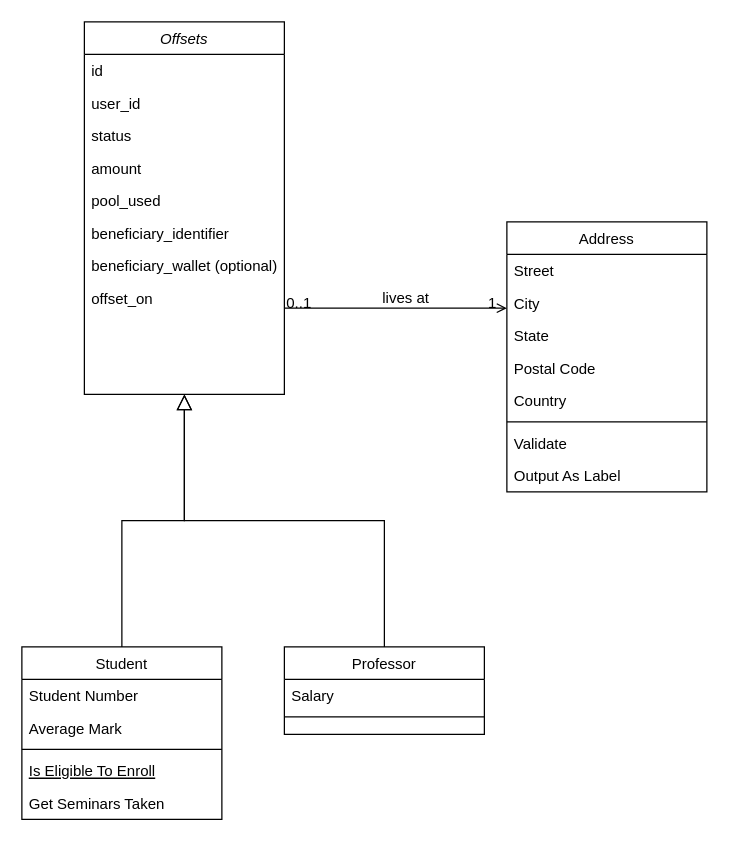
lazaralex98/lazaralex98 keeps this draw.io diagram as Untitled Diagram.drawio. Above is the earlier version. Source tidied: cells renumbered, new cells numbered last; positions are measured from the earlier drawing's top-left corner, leaving out a move shared by most shapes. Both pictures are drawn from the tidied source at 125%, with x=0, y=0 at pixel (21, 21).
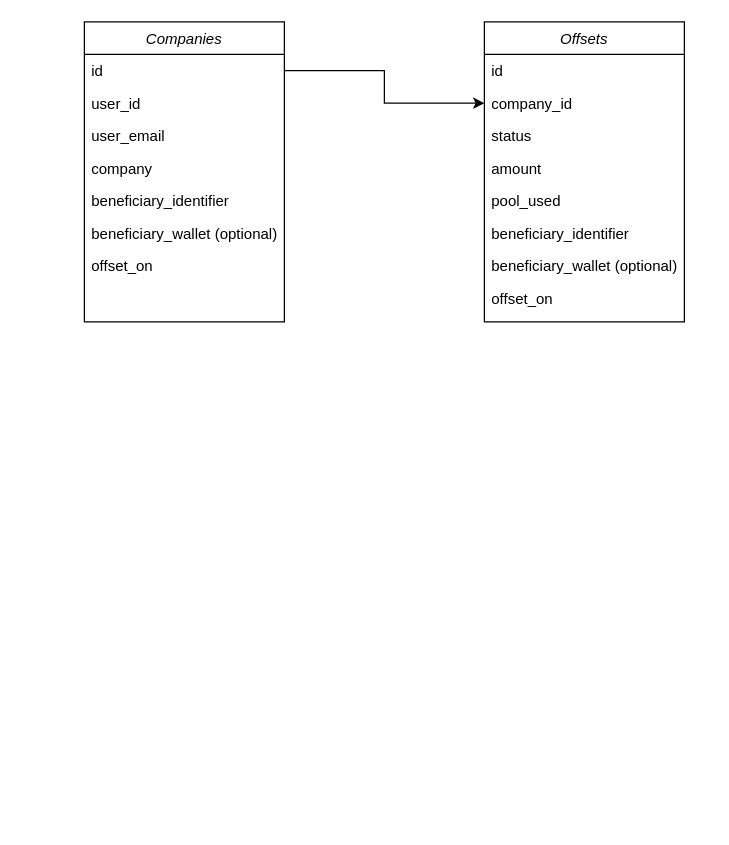
Above is the later version.

Commit message (it also covers changes not shown here):
Offset API Data Model

Unchanged cells that the change refers to:
```xml
<mxCell id="3" value="id" style="text;align=left;verticalAlign=top;spacingLeft=4;spacingRight=4;overflow=hidden;points=[[0,0.5],[1,0.5]];portConstraint=eastwest;" parent="2" vertex="1">
  <mxGeometry y="26" width="160" height="26" as="geometry" />
</mxCell>
```

The edit, as a diff of the source:
```diff
@@
-    <mxCell id="2" value="Offsets" style="swimlane;fontStyle=2;align=center;verticalAlign=top;horizontal=1;startSize=26;rounded=0;shadow=0;strokeWidth=1;" parent="1" vertex="1">
-      <mxGeometry x="50" width="160" height="298" as="geometry" />
+    <mxCell id="2" value="Companies" style="swimlane;fontStyle=2;align=center;verticalAlign=top;horizontal=1;startSize=26;rounded=0;shadow=0;strokeWidth=1;" parent="1" vertex="1">
+      <mxGeometry x="50" width="160" height="240" as="geometry" />
     </mxCell>
@@
-    <mxCell id="4" value="user_id" style="text;align=left;verticalAlign=top;spacingLeft=4;spacingRight=4;overflow=hidden;rounded=0;shadow=0;html=0;" parent="2" vertex="1">
-      <mxGeometry y="52" width="160" height="26" as="geometry" />
-    </mxCell>
-    <mxCell id="5" value="status" style="text;align=left;verticalAlign=top;spacingLeft=4;spacingRight=4;overflow=hidden;rounded=0;shadow=0;html=0;" parent="2" vertex="1">
-      <mxGeometry y="78" width="160" height="26" as="geometry" />
+    <mxCell id="5" value="user_id" style="text;align=left;verticalAlign=top;spacingLeft=4;spacingRight=4;overflow=hidden;rounded=0;shadow=0;html=0;" parent="2" vertex="1">
+      <mxGeometry y="52" width="160" height="26" as="geometry" />
     </mxCell>
-    <mxCell id="6" value="amount" style="text;align=left;verticalAlign=top;spacingLeft=4;spacingRight=4;overflow=hidden;rounded=0;shadow=0;html=0;" parent="2" vertex="1">
-      <mxGeometry y="104" width="160" height="26" as="geometry" />
+    <mxCell id="6" value="user_email" style="text;align=left;verticalAlign=top;spacingLeft=4;spacingRight=4;overflow=hidden;rounded=0;shadow=0;html=0;" parent="2" vertex="1">
+      <mxGeometry y="78" width="160" height="26" as="geometry" />
     </mxCell>
-    <mxCell id="7" value="pool_used" style="text;align=left;verticalAlign=top;spacingLeft=4;spacingRight=4;overflow=hidden;rounded=0;shadow=0;html=0;" parent="2" vertex="1">
-      <mxGeometry y="130" width="160" height="26" as="geometry" />
+    <mxCell id="7" value="company" style="text;align=left;verticalAlign=top;spacingLeft=4;spacingRight=4;overflow=hidden;rounded=0;shadow=0;html=0;" parent="2" vertex="1">
+      <mxGeometry y="104" width="160" height="26" as="geometry" />
     </mxCell>
     <mxCell id="8" value="beneficiary_identifier" style="text;align=left;verticalAlign=top;spacingLeft=4;spacingRight=4;overflow=hidden;rounded=0;shadow=0;html=0;" parent="2" vertex="1">
-      <mxGeometry y="156" width="160" height="26" as="geometry" />
+      <mxGeometry y="130" width="160" height="26" as="geometry" />
     </mxCell>
     <mxCell id="9" value="beneficiary_wallet (optional)" style="text;align=left;verticalAlign=top;spacingLeft=4;spacingRight=4;overflow=hidden;rounded=0;shadow=0;html=0;" parent="2" vertex="1">
-      <mxGeometry y="182" width="160" height="26" as="geometry" />
+      <mxGeometry y="156" width="160" height="26" as="geometry" />
     </mxCell>
     <mxCell id="10" value="offset_on" style="text;align=left;verticalAlign=top;spacingLeft=4;spacingRight=4;overflow=hidden;rounded=0;shadow=0;html=0;" parent="2" vertex="1">
-      <mxGeometry y="208" width="160" height="26" as="geometry" />
+      <mxGeometry y="182" width="160" height="26" as="geometry" />
     </mxCell>
-    <mxCell id="11" value="Student" style="swimlane;fontStyle=0;align=center;verticalAlign=top;horizontal=1;startSize=26;rounded=0;shadow=0;strokeWidth=1;" parent="1" vertex="1">
-      <mxGeometry y="500" width="160" height="138" as="geometry" />
-    </mxCell>
-    <mxCell id="12" value="Student Number" style="text;align=left;verticalAlign=top;spacingLeft=4;spacingRight=4;overflow=hidden;" parent="11" vertex="1">
-      <mxGeometry y="26" width="160" height="26" as="geometry" />
-    </mxCell>
-    <mxCell id="13" value="Average Mark" style="text;align=left;verticalAlign=top;spacingLeft=4;spacingRight=4;overflow=hidden;rounded=0;shadow=0;html=0;" parent="11" vertex="1">
-      <mxGeometry y="52" width="160" height="26" as="geometry" />
-    </mxCell>
-    <mxCell id="14" style="line;html=1;strokeWidth=1;align=left;verticalAlign=middle;spacingTop=-1;spacingLeft=3;spacingRight=3;labelPosition=right;" parent="11" vertex="1">
-      <mxGeometry y="78" width="160" height="8" as="geometry" />
-    </mxCell>
-    <mxCell id="15" value="Is Eligible To Enroll" style="text;align=left;verticalAlign=top;spacingLeft=4;spacingRight=4;overflow=hidden;fontStyle=4;" parent="11" vertex="1">
-      <mxGeometry y="86" width="160" height="26" as="geometry" />
-    </mxCell>
-    <mxCell id="16" value="Get Seminars Taken" style="text;align=left;verticalAlign=top;spacingLeft=4;spacingRight=4;overflow=hidden;" parent="11" vertex="1">
-      <mxGeometry y="112" width="160" height="26" as="geometry" />
-    </mxCell>
-    <mxCell id="17" style="endArrow=block;endSize=10;endFill=0;shadow=0;strokeWidth=1;rounded=0;edgeStyle=elbowEdgeStyle;elbow=vertical;" parent="1" edge="1" source="11" target="2">
-      <mxGeometry relative="1" as="geometry" />
-    </mxCell>
-    <mxCell id="18" value="Professor" style="swimlane;fontStyle=0;align=center;verticalAlign=top;horizontal=1;startSize=26;rounded=0;shadow=0;strokeWidth=1;" parent="1" vertex="1">
-      <mxGeometry x="210" y="500" width="160" height="70" as="geometry" />
-    </mxCell>
-    <mxCell id="19" value="Salary" style="text;align=left;verticalAlign=top;spacingLeft=4;spacingRight=4;overflow=hidden;" parent="18" vertex="1">
-      <mxGeometry y="26" width="160" height="26" as="geometry" />
-    </mxCell>
-    <mxCell id="20" style="line;html=1;strokeWidth=1;align=left;verticalAlign=middle;spacingTop=-1;spacingLeft=3;spacingRight=3;labelPosition=right;" parent="18" vertex="1">
-      <mxGeometry y="52" width="160" height="8" as="geometry" />
-    </mxCell>
-    <mxCell id="21" style="endArrow=block;endSize=10;endFill=0;shadow=0;strokeWidth=1;rounded=0;edgeStyle=elbowEdgeStyle;elbow=vertical;" parent="1" edge="1" source="18" target="2">
-      <mxGeometry relative="1" as="geometry" />
-    </mxCell>
-    <mxCell id="22" value="Address" style="swimlane;fontStyle=0;align=center;verticalAlign=top;horizontal=1;startSize=26;rounded=0;shadow=0;strokeWidth=1;" parent="1" vertex="1">
-      <mxGeometry x="388" y="160" width="160" height="216" as="geometry" />
-    </mxCell>
-    <mxCell id="23" value="Street" style="text;align=left;verticalAlign=top;spacingLeft=4;spacingRight=4;overflow=hidden;" parent="22" vertex="1">
-      <mxGeometry y="26" width="160" height="26" as="geometry" />
-    </mxCell>
-    <mxCell id="24" value="City" style="text;align=left;verticalAlign=top;spacingLeft=4;spacingRight=4;overflow=hidden;rounded=0;shadow=0;html=0;" parent="22" vertex="1">
-      <mxGeometry y="52" width="160" height="26" as="geometry" />
-    </mxCell>
-    <mxCell id="25" value="State" style="text;align=left;verticalAlign=top;spacingLeft=4;spacingRight=4;overflow=hidden;rounded=0;shadow=0;html=0;" parent="22" vertex="1">
-      <mxGeometry y="78" width="160" height="26" as="geometry" />
-    </mxCell>
-    <mxCell id="26" value="Postal Code" style="text;align=left;verticalAlign=top;spacingLeft=4;spacingRight=4;overflow=hidden;rounded=0;shadow=0;html=0;" parent="22" vertex="1">
-      <mxGeometry y="104" width="160" height="26" as="geometry" />
-    </mxCell>
-    <mxCell id="27" value="Country" style="text;align=left;verticalAlign=top;spacingLeft=4;spacingRight=4;overflow=hidden;rounded=0;shadow=0;html=0;" parent="22" vertex="1">
-      <mxGeometry y="130" width="160" height="26" as="geometry" />
-    </mxCell>
-    <mxCell id="28" style="line;html=1;strokeWidth=1;align=left;verticalAlign=middle;spacingTop=-1;spacingLeft=3;spacingRight=3;labelPosition=right;" parent="22" vertex="1">
-      <mxGeometry y="156" width="160" height="8" as="geometry" />
-    </mxCell>
-    <mxCell id="29" value="Validate" style="text;align=left;verticalAlign=top;spacingLeft=4;spacingRight=4;overflow=hidden;" parent="22" vertex="1">
-      <mxGeometry y="164" width="160" height="26" as="geometry" />
-    </mxCell>
-    <mxCell id="30" value="Output As Label" style="text;align=left;verticalAlign=top;spacingLeft=4;spacingRight=4;overflow=hidden;" parent="22" vertex="1">
-      <mxGeometry y="190" width="160" height="26" as="geometry" />
-    </mxCell>
-    <mxCell id="31" style="endArrow=open;shadow=0;strokeWidth=1;rounded=0;endFill=1;edgeStyle=elbowEdgeStyle;elbow=vertical;" parent="1" edge="1" source="2" target="22">
-      <mxGeometry x="0.5" y="41" relative="1" as="geometry">
-        <mxPoint x="-40" y="32" as="offset" />
-      </mxGeometry>
-    </mxCell>
-    <mxCell id="32" value="0..1" style="align=left;verticalAlign=bottom;labelBackgroundColor=none;fontSize=12;" parent="31" vertex="1">
-      <mxGeometry x="-1" relative="1" as="geometry">
-        <mxPoint y="4" as="offset" />
-      </mxGeometry>
-    </mxCell>
-    <mxCell id="33" value="1" style="align=right;verticalAlign=bottom;labelBackgroundColor=none;fontSize=12;" parent="31" vertex="1">
-      <mxGeometry x="1" relative="1" as="geometry">
-        <mxPoint x="-7" y="4" as="offset" />
-      </mxGeometry>
-    </mxCell>
-    <mxCell id="34" value="lives at" style="text;html=1;align=center;verticalAlign=middle;labelBackgroundColor=none;rounded=0;shadow=0;strokeWidth=1;fontSize=12;" parent="31" vertex="1">
-      <mxGeometry x="0.5" y="49" relative="1" as="geometry">
-        <mxPoint x="-38" y="40" as="offset" />
-      </mxGeometry>
-    </mxCell>
+    <mxCell id="35" value="Offsets" style="swimlane;fontStyle=2;align=center;verticalAlign=top;horizontal=1;startSize=26;rounded=0;shadow=0;strokeWidth=1;" parent="1" vertex="1">
+      <mxGeometry x="370" width="160" height="240" as="geometry" />
+    </mxCell>
+    <mxCell id="36" value="id" style="text;align=left;verticalAlign=top;spacingLeft=4;spacingRight=4;overflow=hidden;" parent="35" vertex="1">
+      <mxGeometry y="26" width="160" height="26" as="geometry" />
+    </mxCell>
+    <mxCell id="37" value="company_id" style="text;align=left;verticalAlign=top;spacingLeft=4;spacingRight=4;overflow=hidden;points=[[0,0.5],[1,0.5]];portConstraint=eastwest;rounded=0;shadow=0;html=0;" parent="35" vertex="1">
+      <mxGeometry y="52" width="160" height="26" as="geometry" />
+    </mxCell>
+    <mxCell id="38" value="status" style="text;align=left;verticalAlign=top;spacingLeft=4;spacingRight=4;overflow=hidden;rounded=0;shadow=0;html=0;" parent="35" vertex="1">
+      <mxGeometry y="78" width="160" height="26" as="geometry" />
+    </mxCell>
+    <mxCell id="39" value="amount" style="text;align=left;verticalAlign=top;spacingLeft=4;spacingRight=4;overflow=hidden;rounded=0;shadow=0;html=0;" parent="35" vertex="1">
+      <mxGeometry y="104" width="160" height="26" as="geometry" />
+    </mxCell>
+    <mxCell id="40" value="pool_used" style="text;align=left;verticalAlign=top;spacingLeft=4;spacingRight=4;overflow=hidden;rounded=0;shadow=0;html=0;" parent="35" vertex="1">
+      <mxGeometry y="130" width="160" height="26" as="geometry" />
+    </mxCell>
+    <mxCell id="41" value="beneficiary_identifier" style="text;align=left;verticalAlign=top;spacingLeft=4;spacingRight=4;overflow=hidden;rounded=0;shadow=0;html=0;" parent="35" vertex="1">
+      <mxGeometry y="156" width="160" height="26" as="geometry" />
+    </mxCell>
+    <mxCell id="42" value="beneficiary_wallet (optional)" style="text;align=left;verticalAlign=top;spacingLeft=4;spacingRight=4;overflow=hidden;rounded=0;shadow=0;html=0;" parent="35" vertex="1">
+      <mxGeometry y="182" width="160" height="26" as="geometry" />
+    </mxCell>
+    <mxCell id="43" value="offset_on" style="text;align=left;verticalAlign=top;spacingLeft=4;spacingRight=4;overflow=hidden;rounded=0;shadow=0;html=0;" parent="35" vertex="1">
+      <mxGeometry y="208" width="160" height="26" as="geometry" />
+    </mxCell>
+    <mxCell id="44" style="edgeStyle=orthogonalEdgeStyle;rounded=0;jettySize=auto;html=1;" parent="1" edge="1" source="3" target="37">
+      <mxGeometry relative="1" as="geometry" />
+    </mxCell>
```
